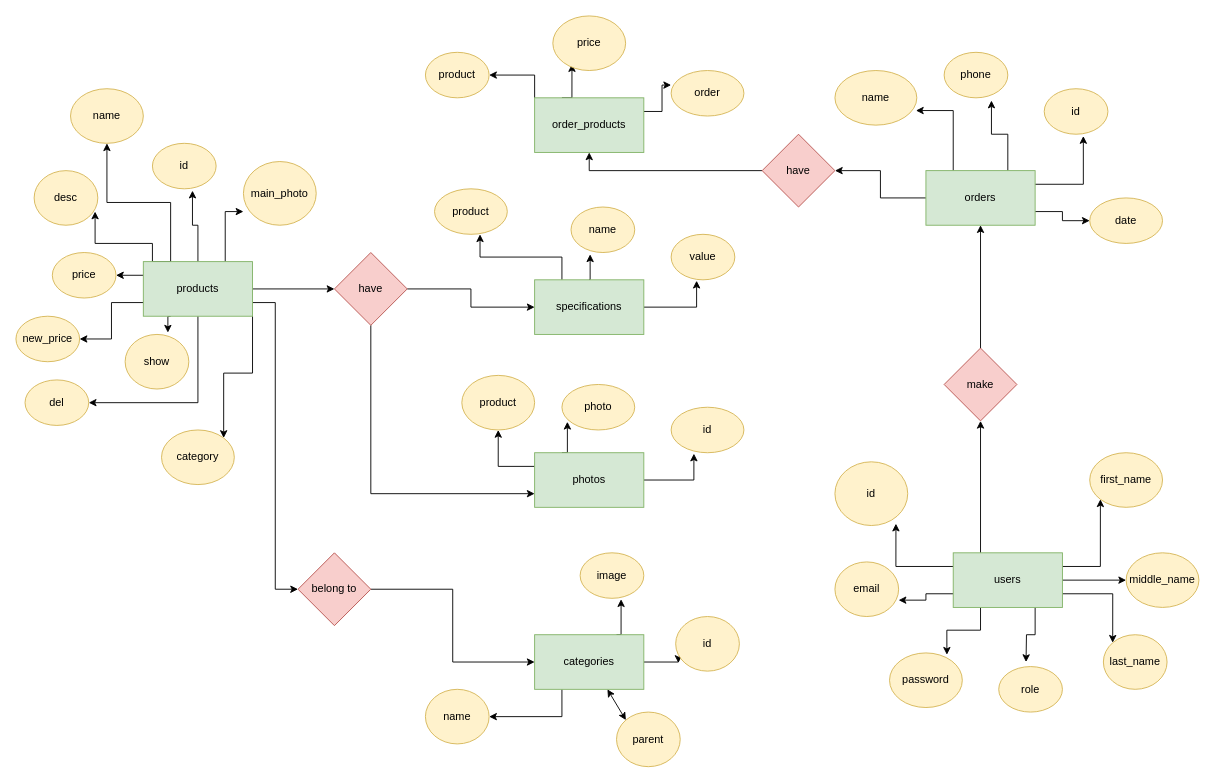
Earlier version of the draw.io diagram ER.drawio (ahr9n/delivery-food). Source tidied: cells renumbered, new cells numbered last; positions are measured from the earlier drawing's top-left corner, leaving out a move shared by most shapes. Both pictures are drawn from the tidied source at 91%, with x=0, y=0 at pixel (15, 15).
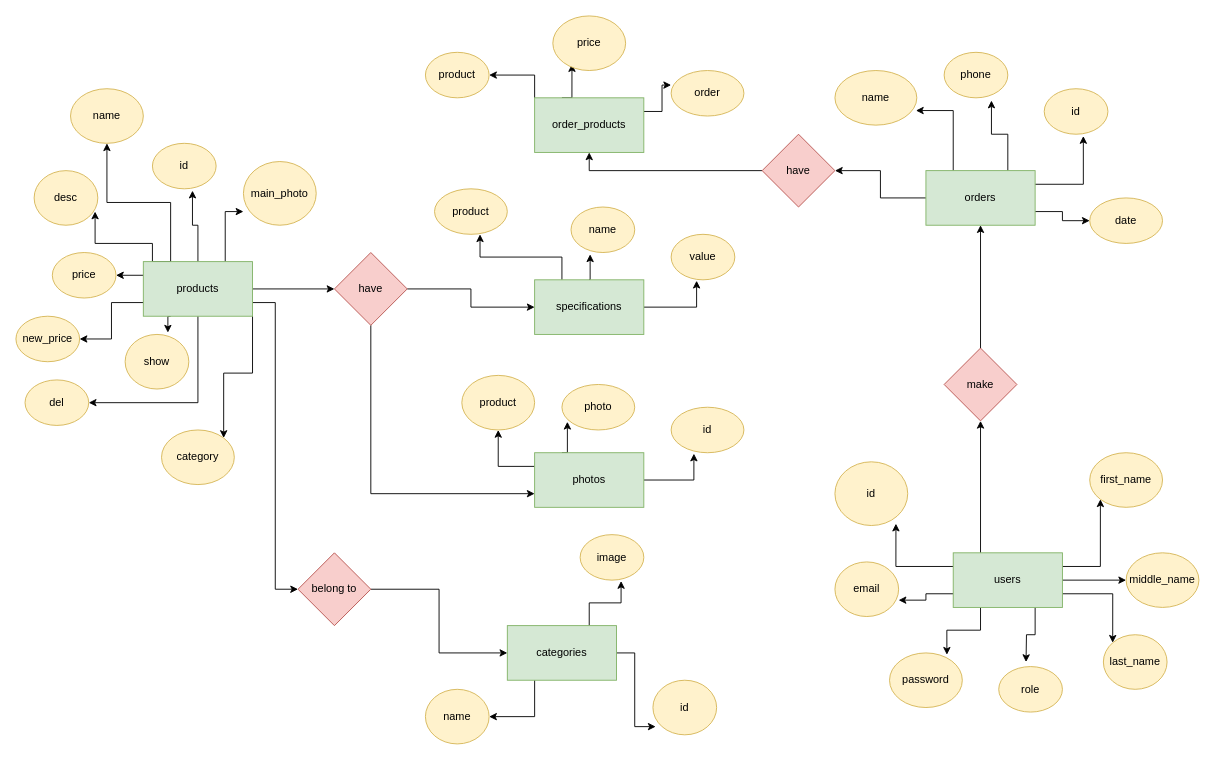
The same diagram, later.

Change to the diagram source:
```diff
@@
     <mxCell id="47" value="categories" style="rounded=0;whiteSpace=wrap;html=1;fillColor=#d5e8d4;strokeColor=#82b366;" parent="1" vertex="1">
-      <mxGeometry x="570" y="680" width="120" height="60" as="geometry" />
+      <mxGeometry x="540" y="670" width="120" height="60" as="geometry" />
     </mxCell>
     <mxCell id="48" value="id" style="ellipse;whiteSpace=wrap;html=1;fillColor=#fff2cc;strokeColor=#d6b656;" parent="1" vertex="1">
-      <mxGeometry x="725" y="660" width="70" height="60" as="geometry" />
+      <mxGeometry x="700" y="730" width="70" height="60" as="geometry" />
     </mxCell>
@@
-    <mxCell id="50" value="parent" style="ellipse;whiteSpace=wrap;html=1;fillColor=#fff2cc;strokeColor=#d6b656;" parent="1" vertex="1">
-      <mxGeometry x="660" y="765" width="70" height="60" as="geometry" />
-    </mxCell>
     <mxCell id="51" value="image" style="ellipse;whiteSpace=wrap;html=1;fillColor=#fff2cc;strokeColor=#d6b656;" parent="1" vertex="1">
-      <mxGeometry x="620" y="590" width="70" height="50" as="geometry" />
+      <mxGeometry x="620" y="570" width="70" height="50" as="geometry" />
     </mxCell>
@@
-    <mxCell id="78" style="endArrow=classic;startArrow=classic;html=1;exitX=0;exitY=0;exitDx=0;exitDy=0;" parent="1" edge="1" source="50">
-      <mxGeometry relative="1" as="geometry">
-        <mxPoint x="650" y="740" as="targetPoint" />
-      </mxGeometry>
-    </mxCell>
```
